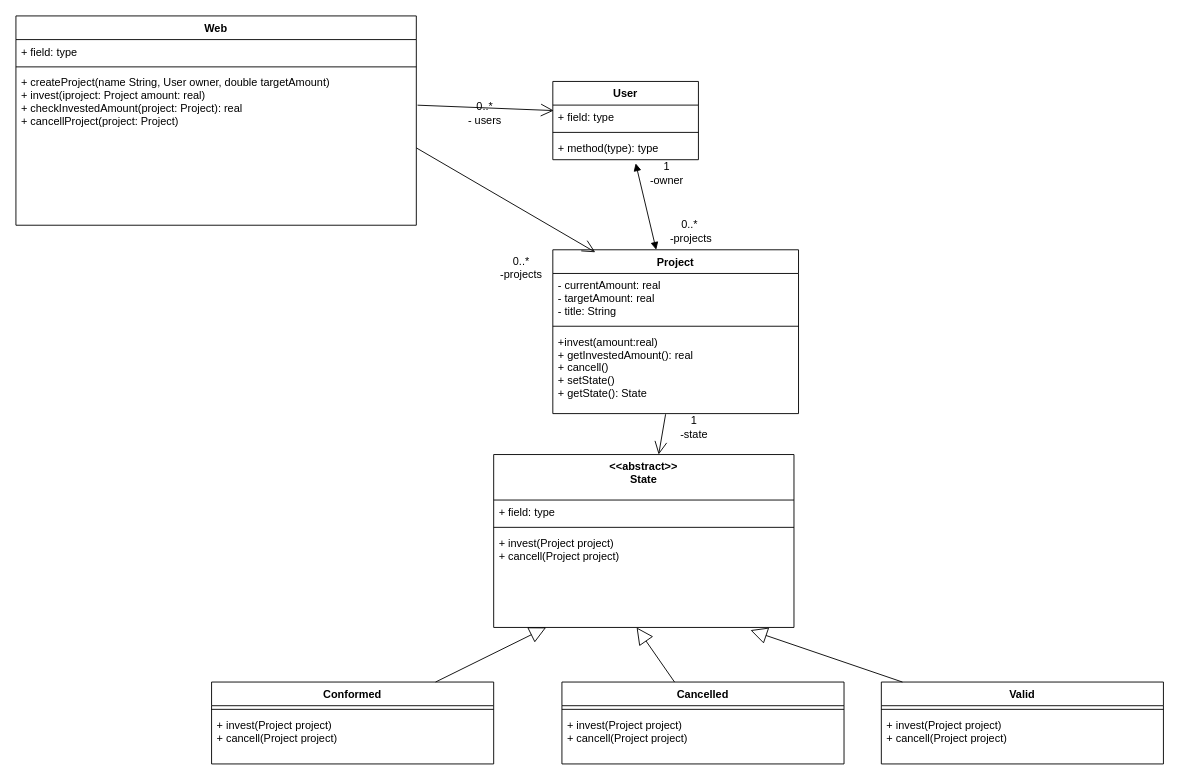
ssofiaavila/OO2--Informatica-UNLP keeps this draw.io diagram as Prácticas/UML's/practica7_3.drawio. Above is the earlier version. Source tidied: cells renumbered, new cells numbered last; positions are measured from the earlier drawing's top-left corner, leaving out a move shared by most shapes. Both pictures are drawn from the tidied source at 91%, with x=0, y=0 at pixel (15, 15).
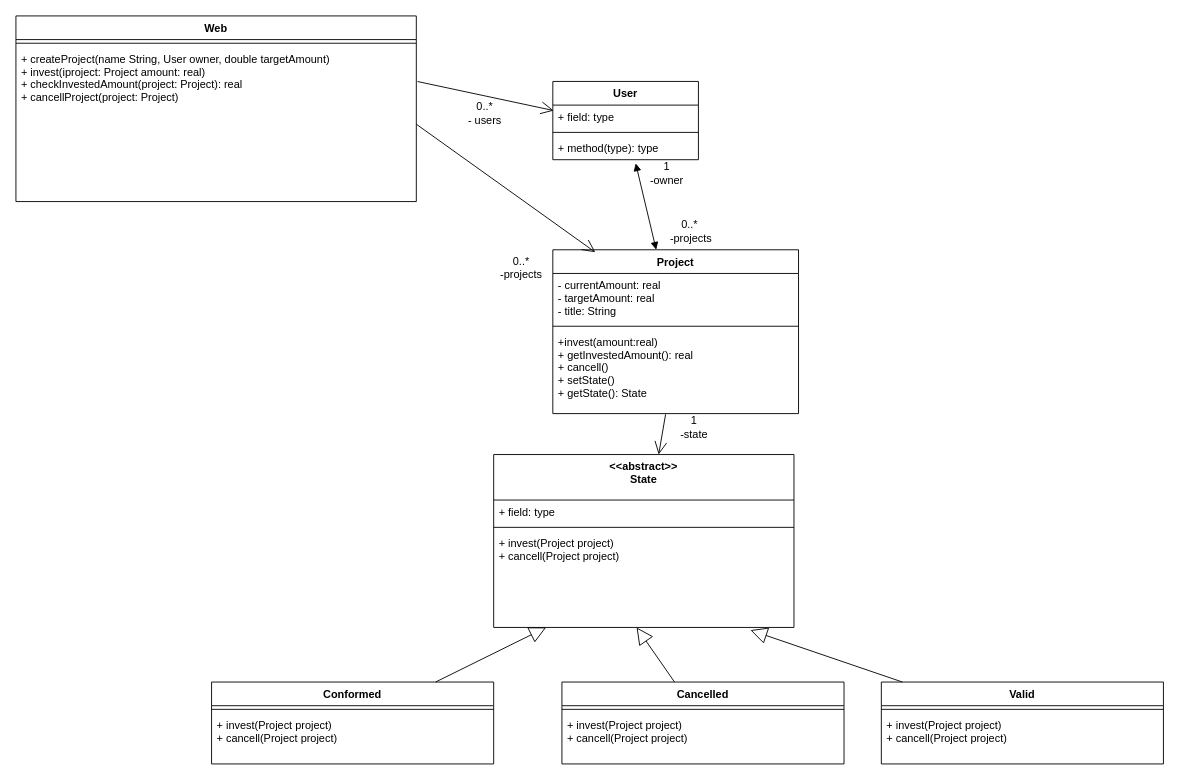
The same page after the edit.

The edit, as a diff of the source:
```diff
@@
     <mxCell id="2" value="Web" style="swimlane;fontStyle=1;align=center;verticalAlign=top;horizontal=1;startSize=26;" parent="1" vertex="1">
-      <mxGeometry width="440" height="230" as="geometry" />
+      <mxGeometry width="440" height="204" as="geometry" />
     </mxCell>
-    <mxCell id="3" value="+ field: type" style="text;strokeColor=none;fillColor=none;align=left;verticalAlign=top;spacingLeft=4;spacingRight=4;overflow=hidden;" parent="2" vertex="1">
-      <mxGeometry y="26" width="440" height="26" as="geometry" />
-    </mxCell>
     <mxCell id="4" style="line;strokeWidth=1;fillColor=none;align=left;verticalAlign=middle;spacingTop=-1;spacingLeft=3;spacingRight=3;labelPosition=right;" parent="2" vertex="1">
-      <mxGeometry y="52" width="440" height="8" as="geometry" />
+      <mxGeometry y="26" width="440" height="8" as="geometry" />
     </mxCell>
     <mxCell id="5" value="+ createProject(name String, User owner, double targetAmount)&#10;+ invest(iproject: Project amount: real)&#10;+ checkInvestedAmount(project: Project): real&#10;+ cancellProject(project: Project)&#10;" style="text;strokeColor=none;fillColor=none;align=left;verticalAlign=top;spacingLeft=4;spacingRight=4;overflow=hidden;points=[[0,0.5],[1,0.5]];portConstraint=eastwest;" parent="2" vertex="1">
-      <mxGeometry y="60" width="440" height="170" as="geometry" />
+      <mxGeometry y="34" width="440" height="170" as="geometry" />
     </mxCell>
```
